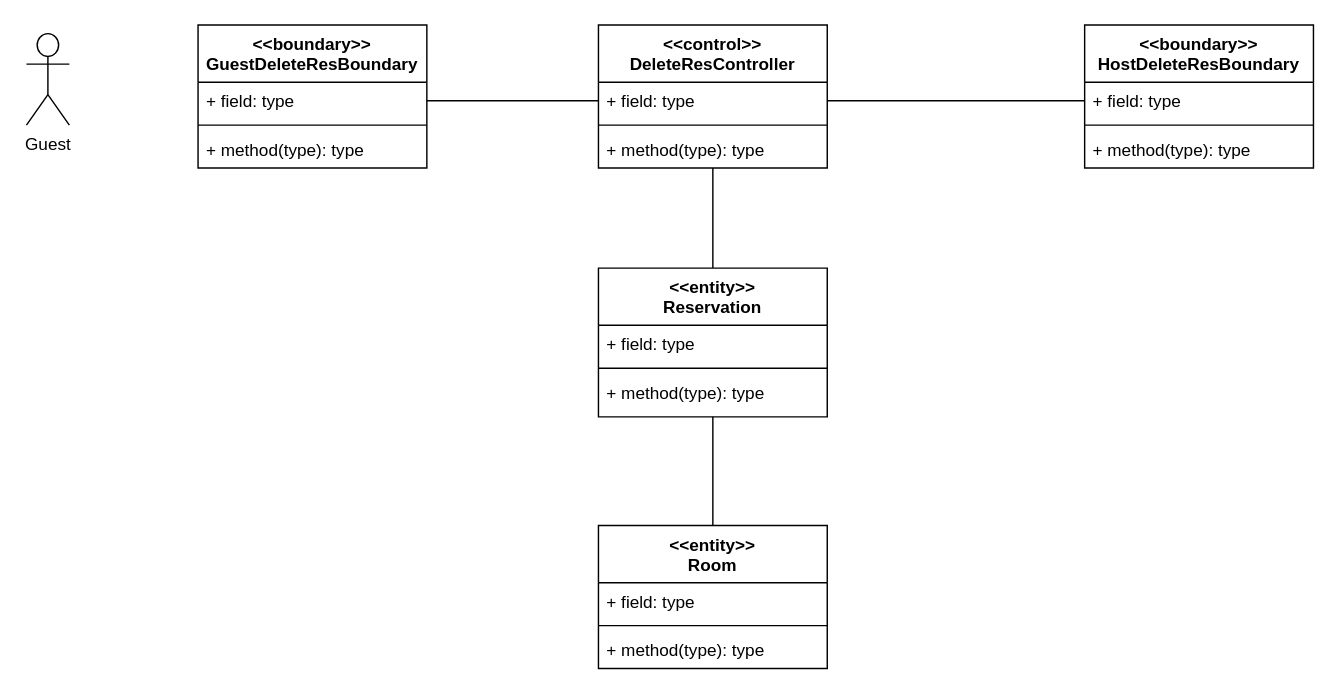
Above: Docs/VoPC/VoPC DeleteReservation.drawio in nic-agos/DoveStudi (draw.io), before the change. Source tidied: cells renumbered, new cells numbered last; positions are measured from the earlier drawing's top-left corner, leaving out a move shared by most shapes. Both pictures are drawn from the tidied source at 143%, with x=0, y=0 at pixel (26, 24).
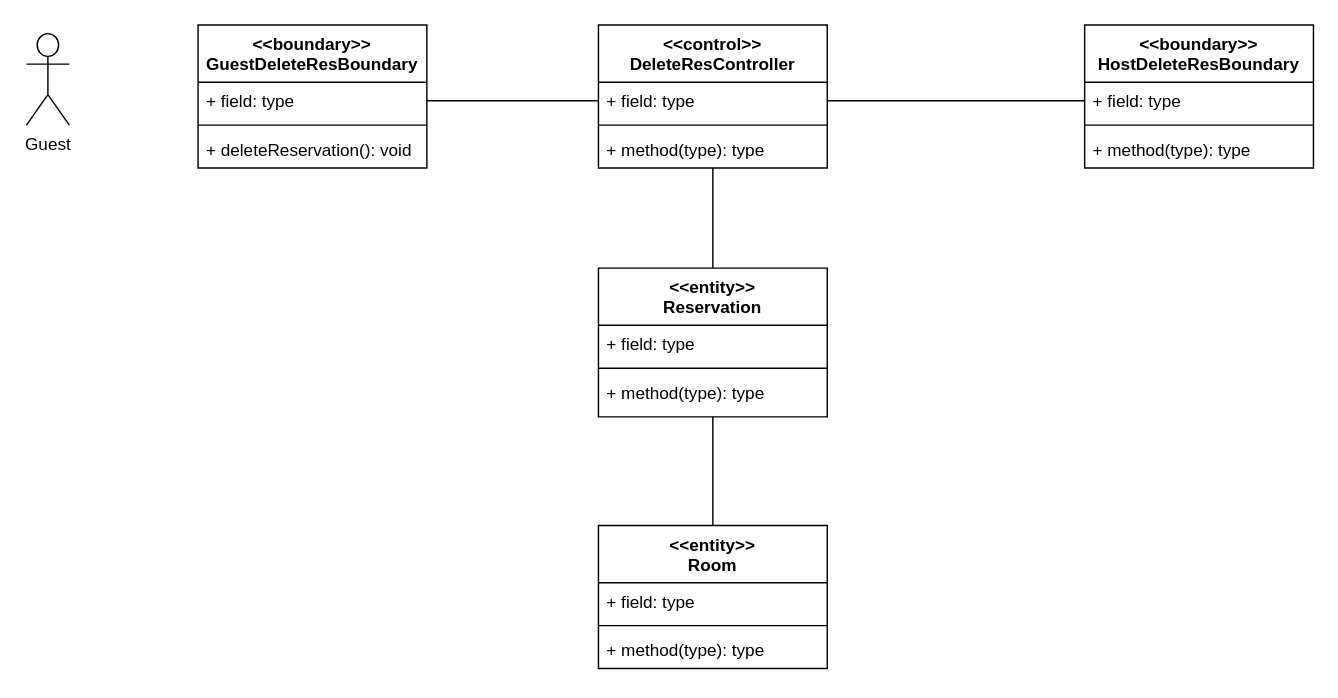
Above is the later version.

Unchanged cells that the change refers to:
```xml
<mxCell id="11" value="&lt;&lt;boundary&gt;&gt;&#10;GuestDeleteResBoundary" style="swimlane;fontStyle=1;align=center;verticalAlign=top;horizontal=1;startSize=40;" parent="1" vertex="1">
  <mxGeometry x="120" width="160" height="100" as="geometry" />
</mxCell>
```

Diff of the diagram source:
```diff
@@
-    <mxCell id="14" value="+ method(type): type" style="text;strokeColor=none;fillColor=none;align=left;verticalAlign=top;spacingLeft=4;spacingRight=4;overflow=hidden;" parent="11" vertex="1">
+    <mxCell id="14" value="+ deleteReservation(): void" style="text;strokeColor=none;fillColor=none;align=left;verticalAlign=top;spacingLeft=4;spacingRight=4;overflow=hidden;" parent="11" vertex="1">
       <mxGeometry y="74" width="160" height="26" as="geometry" />
     </mxCell>
```
